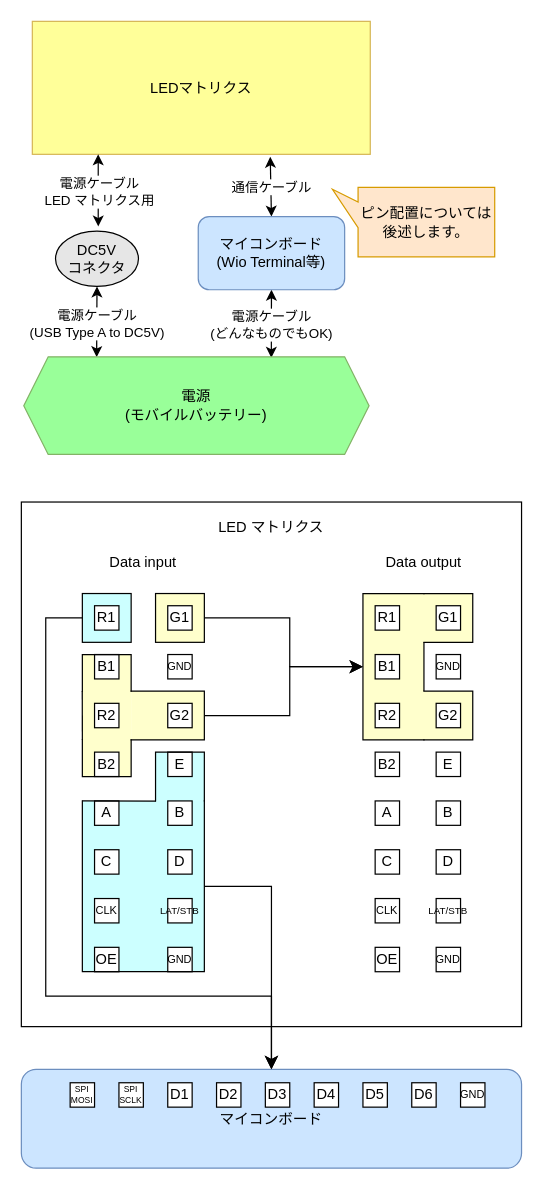
The draw.io diagram 名称未設定ファイル.drawio in ehime-iyokan/DrawIO, before the edit. Source tidied: cells renumbered, new cells numbered last; positions are measured from the earlier drawing's top-left corner, leaving out a move shared by most shapes. Both pictures are drawn from the tidied source at 122%, with x=0, y=0 at pixel (21, 21).
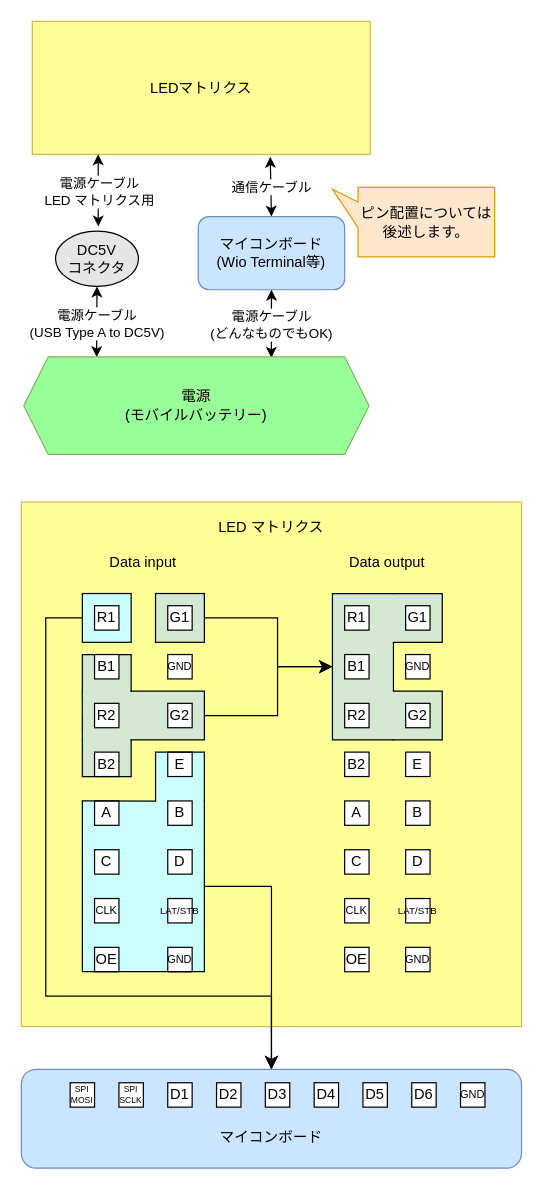
The same page after the edit.

Commit message:
レイアウトを調整

What changed in the source:
```diff
@@
-    <mxCell id="2" value="&lt;div align=&quot;center&quot;&gt;LED マトリクス&lt;/div&gt;&lt;div align=&quot;center&quot;&gt;&lt;br&gt;&lt;/div&gt;&lt;div align=&quot;center&quot;&gt;&lt;br&gt;&lt;/div&gt;&lt;div align=&quot;center&quot;&gt;&lt;br&gt;&lt;/div&gt;&lt;div align=&quot;center&quot;&gt;&lt;br&gt;&lt;/div&gt;&lt;div align=&quot;center&quot;&gt;&lt;br&gt;&lt;/div&gt;&lt;div align=&quot;center&quot;&gt;&lt;br&gt;&lt;/div&gt;&lt;div align=&quot;center&quot;&gt;&lt;br&gt;&lt;/div&gt;&lt;div align=&quot;center&quot;&gt;&lt;br&gt;&lt;/div&gt;&lt;div align=&quot;center&quot;&gt;&lt;br&gt;&lt;/div&gt;&lt;div align=&quot;center&quot;&gt;&lt;br&gt;&lt;/div&gt;&lt;div align=&quot;center&quot;&gt;&lt;br&gt;&lt;/div&gt;&lt;div align=&quot;center&quot;&gt;&lt;br&gt;&lt;/div&gt;&lt;div align=&quot;center&quot;&gt;&lt;br&gt;&lt;/div&gt;&lt;div align=&quot;center&quot;&gt;&lt;br&gt;&lt;/div&gt;&lt;div align=&quot;center&quot;&gt;&lt;br&gt;&lt;/div&gt;&lt;div align=&quot;center&quot;&gt;&lt;br&gt;&lt;/div&gt;&lt;div align=&quot;center&quot;&gt;&lt;br&gt;&lt;/div&gt;&lt;div align=&quot;center&quot;&gt;&lt;br&gt;&lt;/div&gt;&lt;div align=&quot;center&quot;&gt;&lt;br&gt;&lt;/div&gt;&lt;div align=&quot;center&quot;&gt;&lt;br&gt;&lt;/div&gt;&lt;div align=&quot;center&quot;&gt;&lt;br&gt;&lt;/div&gt;&lt;div align=&quot;center&quot;&gt;&lt;br&gt;&lt;/div&gt;&lt;div align=&quot;center&quot;&gt;&lt;br&gt;&lt;/div&gt;&lt;div align=&quot;center&quot;&gt;&lt;br&gt;&lt;/div&gt;&lt;div align=&quot;center&quot;&gt;&lt;br&gt;&lt;/div&gt;&lt;div align=&quot;center&quot;&gt;&lt;br&gt;&lt;/div&gt;&lt;div align=&quot;center&quot;&gt;&lt;br&gt;&lt;/div&gt;" style="rounded=0;whiteSpace=wrap;html=1;align=center;" parent="1" vertex="1">
+    <mxCell id="2" value="&lt;div align=&quot;center&quot;&gt;LED マトリクス&lt;/div&gt;&lt;div align=&quot;center&quot;&gt;&lt;br&gt;&lt;/div&gt;&lt;div align=&quot;center&quot;&gt;&lt;br&gt;&lt;/div&gt;&lt;div align=&quot;center&quot;&gt;&lt;br&gt;&lt;/div&gt;&lt;div align=&quot;center&quot;&gt;&lt;br&gt;&lt;/div&gt;&lt;div align=&quot;center&quot;&gt;&lt;br&gt;&lt;/div&gt;&lt;div align=&quot;center&quot;&gt;&lt;br&gt;&lt;/div&gt;&lt;div align=&quot;center&quot;&gt;&lt;br&gt;&lt;/div&gt;&lt;div align=&quot;center&quot;&gt;&lt;br&gt;&lt;/div&gt;&lt;div align=&quot;center&quot;&gt;&lt;br&gt;&lt;/div&gt;&lt;div align=&quot;center&quot;&gt;&lt;br&gt;&lt;/div&gt;&lt;div align=&quot;center&quot;&gt;&lt;br&gt;&lt;/div&gt;&lt;div align=&quot;center&quot;&gt;&lt;br&gt;&lt;/div&gt;&lt;div align=&quot;center&quot;&gt;&lt;br&gt;&lt;/div&gt;&lt;div align=&quot;center&quot;&gt;&lt;br&gt;&lt;/div&gt;&lt;div align=&quot;center&quot;&gt;&lt;br&gt;&lt;/div&gt;&lt;div align=&quot;center&quot;&gt;&lt;br&gt;&lt;/div&gt;&lt;div align=&quot;center&quot;&gt;&lt;br&gt;&lt;/div&gt;&lt;div align=&quot;center&quot;&gt;&lt;br&gt;&lt;/div&gt;&lt;div align=&quot;center&quot;&gt;&lt;br&gt;&lt;/div&gt;&lt;div align=&quot;center&quot;&gt;&lt;br&gt;&lt;/div&gt;&lt;div align=&quot;center&quot;&gt;&lt;br&gt;&lt;/div&gt;&lt;div align=&quot;center&quot;&gt;&lt;br&gt;&lt;/div&gt;&lt;div align=&quot;center&quot;&gt;&lt;br&gt;&lt;/div&gt;&lt;div align=&quot;center&quot;&gt;&lt;br&gt;&lt;/div&gt;&lt;div align=&quot;center&quot;&gt;&lt;br&gt;&lt;/div&gt;&lt;div align=&quot;center&quot;&gt;&lt;br&gt;&lt;/div&gt;&lt;div align=&quot;center&quot;&gt;&lt;br&gt;&lt;/div&gt;" style="rounded=0;whiteSpace=wrap;html=1;align=center;fillColor=#FFFF99;strokeColor=#d6b656;" parent="1" vertex="1">
       <mxGeometry y="394" width="410" height="430" as="geometry" />
     </mxCell>
-    <mxCell id="3" style="rounded=0;whiteSpace=wrap;html=1;fillColor=#FFFFCC;strokeColor=none;" parent="1" vertex="1">
-      <mxGeometry x="320" y="469" width="50" height="40" as="geometry" />
+    <mxCell id="3" style="rounded=0;whiteSpace=wrap;html=1;fillColor=#d5e8d4;strokeColor=none;" parent="1" vertex="1">
+      <mxGeometry x="295" y="469" width="50" height="40" as="geometry" />
     </mxCell>
-    <mxCell id="4" style="rounded=0;whiteSpace=wrap;html=1;fillColor=#FFFFCC;strokeColor=none;" parent="1" vertex="1">
-      <mxGeometry x="320" y="549" width="50" height="40" as="geometry" />
+    <mxCell id="4" style="rounded=0;whiteSpace=wrap;html=1;fillColor=#d5e8d4;strokeColor=none;" parent="1" vertex="1">
+      <mxGeometry x="295" y="549" width="50" height="40" as="geometry" />
     </mxCell>
+    <mxCell id="9" style="rounded=0;whiteSpace=wrap;html=1;fillColor=#d5e8d4;strokeColor=none;" parent="1" vertex="1">
+      <mxGeometry x="255" y="469" width="50" height="120" as="geometry" />
+    </mxCell>
+    <mxCell id="80" style="shape=partialRectangle;whiteSpace=wrap;html=1;bottom=1;right=1;left=1;top=0;fillColor=none;routingCenterX=-0.5;direction=north;" parent="1" vertex="1">
+      <mxGeometry x="305" y="469" width="40" height="40" as="geometry" />
+    </mxCell>
+    <mxCell id="81" style="shape=partialRectangle;whiteSpace=wrap;html=1;bottom=1;right=1;left=1;top=0;fillColor=none;routingCenterX=-0.5;direction=south;" parent="1" vertex="1">
+      <mxGeometry x="255" y="469" width="50" height="120" as="geometry" />
+    </mxCell>
+    <mxCell id="83" style="shape=partialRectangle;whiteSpace=wrap;html=1;bottom=1;right=1;left=1;top=0;fillColor=none;routingCenterX=-0.5;direction=north;" parent="1" vertex="1">
+      <mxGeometry x="305" y="549" width="40" height="40" as="geometry" />
+    </mxCell>
+    <mxCell id="6" style="rounded=0;whiteSpace=wrap;html=1;fillColor=#d5e8d4;strokeColor=default;" parent="1" vertex="1">
+      <mxGeometry x="110" y="469" width="40" height="40" as="geometry" />
+    </mxCell>
-    <mxCell id="5" style="rounded=0;whiteSpace=wrap;html=1;fillColor=#FFFFCC;strokeColor=none;" parent="1" vertex="1">
+    <mxCell id="5" style="rounded=0;whiteSpace=wrap;html=1;fillColor=#d5e8d4;strokeColor=none;" parent="1" vertex="1">
       <mxGeometry x="90" y="549" width="60" height="40" as="geometry" />
     </mxCell>
-    <mxCell id="6" style="rounded=0;whiteSpace=wrap;html=1;fillColor=#FFFFCC;strokeColor=default;" parent="1" vertex="1">
-      <mxGeometry x="110" y="469" width="40" height="40" as="geometry" />
-    </mxCell>
-    <mxCell id="7" style="rounded=0;whiteSpace=wrap;html=1;fillColor=#FFFFCC;strokeColor=none;" parent="1" vertex="1">
+    <mxCell id="7" style="rounded=0;whiteSpace=wrap;html=1;fillColor=#d5e8d4;strokeColor=none;" parent="1" vertex="1">
       <mxGeometry x="50" y="519" width="40" height="100" as="geometry" />
     </mxCell>
+    <mxCell id="73" style="shape=partialRectangle;whiteSpace=wrap;html=1;bottom=1;right=1;left=1;top=0;fillColor=none;routingCenterX=-0.5;" parent="1" vertex="1">
+      <mxGeometry x="50" y="589" width="40" height="30" as="geometry" />
+    </mxCell>
+    <mxCell id="74" style="shape=partialRectangle;whiteSpace=wrap;html=1;bottom=1;right=1;left=1;top=0;fillColor=none;routingCenterX=-0.5;direction=west;" parent="1" vertex="1">
+      <mxGeometry x="50" y="519" width="40" height="30" as="geometry" />
+    </mxCell>
+    <mxCell id="75" style="shape=partialRectangle;whiteSpace=wrap;html=1;bottom=1;right=1;left=1;top=0;fillColor=none;routingCenterX=-0.5;direction=north;" parent="1" vertex="1">
+      <mxGeometry x="90" y="549" width="60" height="40" as="geometry" />
+    </mxCell>
@@
-    <mxCell id="9" style="rounded=0;whiteSpace=wrap;html=1;fillColor=#FFFFCC;strokeColor=none;" parent="1" vertex="1">
-      <mxGeometry x="280" y="469" width="50" height="120" as="geometry" />
-    </mxCell>
@@
-    <mxCell id="12" value="マイコンボード" style="rounded=1;whiteSpace=wrap;html=1;fillColor=#CCE5FF;strokeColor=#6c8ebf;" parent="1" vertex="1">
+    <mxCell id="12" value="&lt;div&gt;&lt;br&gt;&lt;/div&gt;&lt;div&gt;&lt;br&gt;&lt;/div&gt;&lt;div&gt;マイコンボード&lt;/div&gt;" style="rounded=1;whiteSpace=wrap;html=1;fillColor=#CCE5FF;strokeColor=#6c8ebf;" parent="1" vertex="1">
       <mxGeometry y="859" width="410" height="81" as="geometry" />
     </mxCell>
@@
-    <mxCell id="41" value="Data input" style="whiteSpace=wrap;html=1;strokeColor=none;" parent="1" vertex="1">
+    <mxCell id="41" value="Data input" style="whiteSpace=wrap;html=1;strokeColor=none;fillColor=none;" parent="1" vertex="1">
       <mxGeometry x="40" y="429" width="120" height="30" as="geometry" />
     </mxCell>
-    <mxCell id="42" value="Data output" style="whiteSpace=wrap;html=1;strokeColor=none;" parent="1" vertex="1">
-      <mxGeometry x="270" y="429" width="120" height="30" as="geometry" />
+    <mxCell id="42" value="Data output" style="whiteSpace=wrap;html=1;strokeColor=none;fillColor=none;" parent="1" vertex="1">
+      <mxGeometry x="240" y="429" width="120" height="30" as="geometry" />
     </mxCell>
@@
     <mxCell id="53" value="G1" style="rounded=0;whiteSpace=wrap;html=1;" parent="1" vertex="1">
-      <mxGeometry x="340" y="479" width="20" height="20" as="geometry" />
+      <mxGeometry x="315" y="479" width="20" height="20" as="geometry" />
     </mxCell>
     <mxCell id="54" value="R1" style="rounded=0;whiteSpace=wrap;html=1;" parent="1" vertex="1">
-      <mxGeometry x="290" y="479" width="20" height="20" as="geometry" />
+      <mxGeometry x="265" y="479" width="20" height="20" as="geometry" />
     </mxCell>
     <mxCell id="55" value="GND" style="rounded=0;whiteSpace=wrap;html=1;fontSize=9;" parent="1" vertex="1">
-      <mxGeometry x="340" y="519" width="20" height="20" as="geometry" />
+      <mxGeometry x="315" y="519" width="20" height="20" as="geometry" />
     </mxCell>
     <mxCell id="56" value="B1" style="rounded=0;whiteSpace=wrap;html=1;" parent="1" vertex="1">
-      <mxGeometry x="290" y="519" width="20" height="20" as="geometry" />
+      <mxGeometry x="265" y="519" width="20" height="20" as="geometry" />
     </mxCell>
     <mxCell id="57" value="G2" style="rounded=0;whiteSpace=wrap;html=1;" parent="1" vertex="1">
-      <mxGeometry x="340" y="559" width="20" height="20" as="geometry" />
+      <mxGeometry x="315" y="559" width="20" height="20" as="geometry" />
     </mxCell>
     <mxCell id="58" value="R2" style="rounded=0;whiteSpace=wrap;html=1;" parent="1" vertex="1">
-      <mxGeometry x="290" y="559" width="20" height="20" as="geometry" />
+      <mxGeometry x="265" y="559" width="20" height="20" as="geometry" />
     </mxCell>
     <mxCell id="59" value="E" style="rounded=0;whiteSpace=wrap;html=1;" parent="1" vertex="1">
-      <mxGeometry x="340" y="599" width="20" height="20" as="geometry" />
+      <mxGeometry x="315" y="599" width="20" height="20" as="geometry" />
     </mxCell>
     <mxCell id="60" value="B2" style="rounded=0;whiteSpace=wrap;html=1;" parent="1" vertex="1">
-      <mxGeometry x="290" y="599" width="20" height="20" as="geometry" />
+      <mxGeometry x="265" y="599" width="20" height="20" as="geometry" />
     </mxCell>
     <mxCell id="61" value="B" style="rounded=0;whiteSpace=wrap;html=1;" parent="1" vertex="1">
-      <mxGeometry x="340" y="639" width="20" height="20" as="geometry" />
+      <mxGeometry x="315" y="639" width="20" height="20" as="geometry" />
     </mxCell>
     <mxCell id="62" value="A" style="rounded=0;whiteSpace=wrap;html=1;" parent="1" vertex="1">
-      <mxGeometry x="290" y="639" width="20" height="20" as="geometry" />
+      <mxGeometry x="265" y="639" width="20" height="20" as="geometry" />
     </mxCell>
     <mxCell id="63" value="D" style="rounded=0;whiteSpace=wrap;html=1;" parent="1" vertex="1">
-      <mxGeometry x="340" y="679" width="20" height="20" as="geometry" />
+      <mxGeometry x="315" y="679" width="20" height="20" as="geometry" />
     </mxCell>
     <mxCell id="64" value="C" style="rounded=0;whiteSpace=wrap;html=1;" parent="1" vertex="1">
-      <mxGeometry x="290" y="679" width="20" height="20" as="geometry" />
+      <mxGeometry x="265" y="679" width="20" height="20" as="geometry" />
     </mxCell>
     <mxCell id="65" value="LAT/STB" style="rounded=0;whiteSpace=wrap;html=1;fontSize=8;" parent="1" vertex="1">
-      <mxGeometry x="340" y="719" width="20" height="20" as="geometry" />
+      <mxGeometry x="315" y="719" width="20" height="20" as="geometry" />
     </mxCell>
     <mxCell id="66" value="CLK" style="rounded=0;whiteSpace=wrap;html=1;fontSize=9;" parent="1" vertex="1">
-      <mxGeometry x="290" y="719" width="20" height="20" as="geometry" />
+      <mxGeometry x="265" y="719" width="20" height="20" as="geometry" />
     </mxCell>
     <mxCell id="67" value="OE" style="rounded=0;whiteSpace=wrap;html=1;" parent="1" vertex="1">
-      <mxGeometry x="290" y="759" width="20" height="20" as="geometry" />
+      <mxGeometry x="265" y="759" width="20" height="20" as="geometry" />
     </mxCell>
     <mxCell id="68" value="GND" style="rounded=0;whiteSpace=wrap;html=1;fontSize=9;" parent="1" vertex="1">
-      <mxGeometry x="340" y="759" width="20" height="20" as="geometry" />
+      <mxGeometry x="315" y="759" width="20" height="20" as="geometry" />
     </mxCell>
@@
     <mxCell id="70" style="edgeStyle=orthogonalEdgeStyle;elbow=horizontal;endArrow=classic;html=1;rounded=0;endSize=8;startSize=8;exitX=1;exitY=0.5;exitDx=0;exitDy=0;entryX=0;entryY=0.5;entryDx=0;entryDy=0;" parent="1" edge="1" source="6" target="9">
       <mxGeometry relative="1" as="geometry">
         <Array as="points">
-          <mxPoint x="220" y="489" />
-          <mxPoint x="220" y="529" />
+          <mxPoint x="210" y="489" />
+          <mxPoint x="210" y="529" />
         </Array>
       </mxGeometry>
     </mxCell>
     <mxCell id="71" style="edgeStyle=orthogonalEdgeStyle;elbow=horizontal;endArrow=classic;html=1;rounded=0;endSize=8;startSize=8;exitX=1;exitY=0.5;exitDx=0;exitDy=0;entryX=0;entryY=0.5;entryDx=0;entryDy=0;" parent="1" edge="1" source="5" target="9">
       <mxGeometry relative="1" as="geometry">
         <Array as="points">
-          <mxPoint x="220" y="569" />
-          <mxPoint x="220" y="529" />
+          <mxPoint x="210" y="569" />
+          <mxPoint x="210" y="529" />
         </Array>
       </mxGeometry>
     </mxCell>
@@
-    <mxCell id="73" style="shape=partialRectangle;whiteSpace=wrap;html=1;bottom=1;right=1;left=1;top=0;fillColor=none;routingCenterX=-0.5;" parent="1" vertex="1">
-      <mxGeometry x="50" y="589" width="40" height="30" as="geometry" />
-    </mxCell>
-    <mxCell id="74" style="shape=partialRectangle;whiteSpace=wrap;html=1;bottom=1;right=1;left=1;top=0;fillColor=none;routingCenterX=-0.5;direction=west;" parent="1" vertex="1">
-      <mxGeometry x="50" y="519" width="40" height="30" as="geometry" />
-    </mxCell>
-    <mxCell id="75" style="shape=partialRectangle;whiteSpace=wrap;html=1;bottom=1;right=1;left=1;top=0;fillColor=none;routingCenterX=-0.5;direction=north;" parent="1" vertex="1">
-      <mxGeometry x="90" y="549" width="60" height="40" as="geometry" />
-    </mxCell>
@@
-    <mxCell id="80" style="shape=partialRectangle;whiteSpace=wrap;html=1;bottom=1;right=1;left=1;top=0;fillColor=none;routingCenterX=-0.5;direction=north;" parent="1" vertex="1">
-      <mxGeometry x="330" y="469" width="40" height="40" as="geometry" />
-    </mxCell>
-    <mxCell id="81" style="shape=partialRectangle;whiteSpace=wrap;html=1;bottom=1;right=1;left=1;top=0;fillColor=none;routingCenterX=-0.5;direction=south;" parent="1" vertex="1">
-      <mxGeometry x="280" y="469" width="50" height="120" as="geometry" />
-    </mxCell>
@@
-    <mxCell id="83" style="shape=partialRectangle;whiteSpace=wrap;html=1;bottom=1;right=1;left=1;top=0;fillColor=none;routingCenterX=-0.5;direction=north;" parent="1" vertex="1">
-      <mxGeometry x="330" y="549" width="40" height="40" as="geometry" />
-    </mxCell>
```
